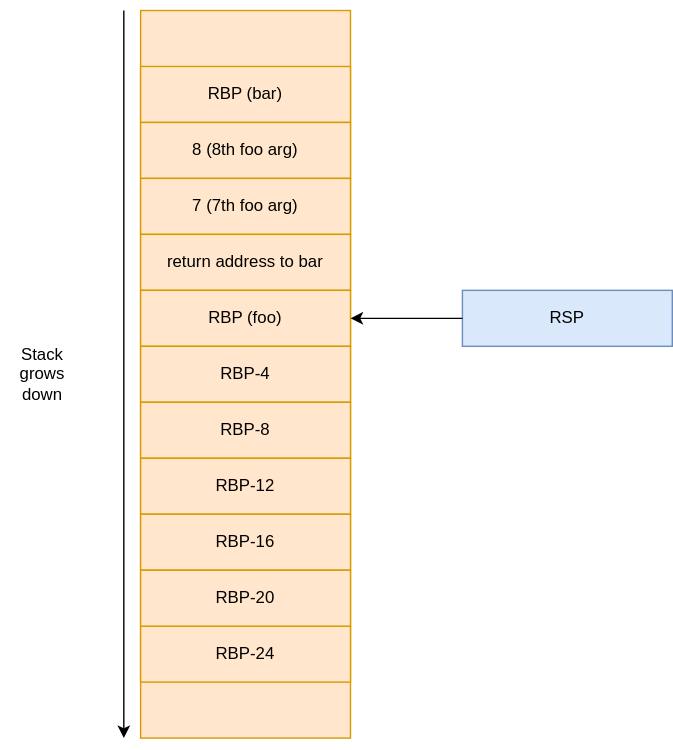
The draw.io diagram content/assets/stack.svg in 0xAX/asm, before a commit. Source tidied: cells renumbered, new cells last; positions are measured from the earlier drawing's top-left corner, leaving out a move shared by most shapes.
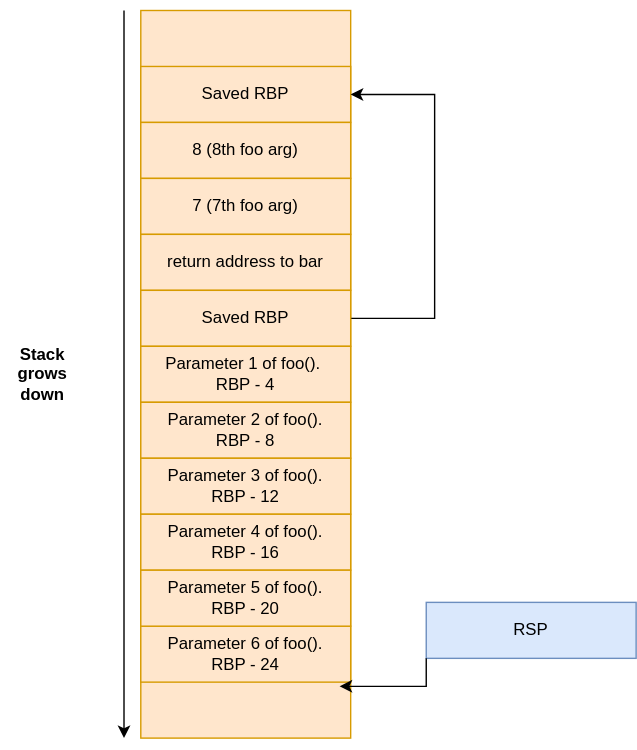
Later version of the same file.

The edit, as a diff of the source:
```diff
@@ -5,7 +5,7 @@
     <mxCell id="2" style="rounded=0;whiteSpace=wrap;html=1;fillColor=#ffe6cc;strokeColor=#d79b00;" parent="1" vertex="1">
       <mxGeometry x="100" width="150" height="520" as="geometry" />
     </mxCell>
-    <mxCell id="3" value="&lt;div&gt;RBP (bar)&lt;/div&gt;" style="rounded=0;whiteSpace=wrap;html=1;fillColor=#ffe6cc;strokeColor=#d79b00;" parent="1" vertex="1">
+    <mxCell id="3" value="Saved RBP" style="rounded=0;whiteSpace=wrap;html=1;fillColor=#ffe6cc;strokeColor=#d79b00;" parent="1" vertex="1">
       <mxGeometry x="100" y="40" width="150" height="40" as="geometry" />
     </mxCell>
     <mxCell id="4" value="8 (8th foo arg)" style="rounded=0;whiteSpace=wrap;html=1;fillColor=#ffe6cc;strokeColor=#d79b00;" parent="1" vertex="1">
@@ -17,41 +17,49 @@
     <mxCell id="6" value="return address to bar" style="rounded=0;whiteSpace=wrap;html=1;fillColor=#ffe6cc;strokeColor=#d79b00;" parent="1" vertex="1">
       <mxGeometry x="100" y="160" width="150" height="40" as="geometry" />
     </mxCell>
+    <mxCell id="18" style="edgeStyle=orthogonalEdgeStyle;rounded=0;jettySize=auto;html=1;exitX=1;exitY=0.5;exitDx=0;exitDy=0;entryX=1;entryY=0.5;entryDx=0;entryDy=0;" parent="1" edge="1" source="7" target="3">
+      <mxGeometry relative="1" as="geometry">
+        <Array as="points">
+          <mxPoint x="310" y="220" />
+          <mxPoint x="310" y="60" />
+        </Array>
+      </mxGeometry>
+    </mxCell>
-    <mxCell id="7" value="RBP (foo)" style="rounded=0;whiteSpace=wrap;html=1;fillColor=#ffe6cc;strokeColor=#d79b00;" parent="1" vertex="1">
+    <mxCell id="7" value="Saved RBP" style="rounded=0;whiteSpace=wrap;html=1;fillColor=#ffe6cc;strokeColor=#d79b00;" parent="1" vertex="1">
       <mxGeometry x="100" y="200" width="150" height="40" as="geometry" />
     </mxCell>
-    <mxCell id="8" value="RBP-4" style="rounded=0;whiteSpace=wrap;html=1;fillColor=#ffe6cc;strokeColor=#d79b00;" parent="1" vertex="1">
+    <mxCell id="8" value="&lt;div&gt;Parameter 1 of foo().&amp;nbsp;&lt;/div&gt;&lt;div&gt;RBP - 4&lt;/div&gt;" style="rounded=0;whiteSpace=wrap;html=1;fillColor=#ffe6cc;strokeColor=#d79b00;" parent="1" vertex="1">
       <mxGeometry x="100" y="240" width="150" height="40" as="geometry" />
     </mxCell>
-    <mxCell id="9" value="RBP-8" style="rounded=0;whiteSpace=wrap;html=1;fillColor=#ffe6cc;strokeColor=#d79b00;" parent="1" vertex="1">
+    <mxCell id="9" value="&lt;div&gt;Parameter 2 of foo(). &lt;br&gt;&lt;/div&gt;&lt;div&gt;RBP - 8&lt;/div&gt;" style="rounded=0;whiteSpace=wrap;html=1;fillColor=#ffe6cc;strokeColor=#d79b00;" parent="1" vertex="1">
       <mxGeometry x="100" y="280" width="150" height="40" as="geometry" />
     </mxCell>
-    <mxCell id="10" value="RBP-24" style="rounded=0;whiteSpace=wrap;html=1;fillColor=#ffe6cc;strokeColor=#d79b00;" parent="1" vertex="1">
+    <mxCell id="10" value="&lt;div&gt;Parameter 6 of foo(). &lt;br&gt;&lt;/div&gt;&lt;div&gt;RBP - 24&lt;/div&gt;" style="rounded=0;whiteSpace=wrap;html=1;fillColor=#ffe6cc;strokeColor=#d79b00;" parent="1" vertex="1">
       <mxGeometry x="100" y="440" width="150" height="40" as="geometry" />
     </mxCell>
-    <mxCell id="11" value="RBP-12" style="rounded=0;whiteSpace=wrap;html=1;fillColor=#ffe6cc;strokeColor=#d79b00;" parent="1" vertex="1">
+    <mxCell id="11" value="&lt;div&gt;Parameter 3 of foo(). &lt;br&gt;&lt;/div&gt;&lt;div&gt;RBP - 12&lt;/div&gt;" style="rounded=0;whiteSpace=wrap;html=1;fillColor=#ffe6cc;strokeColor=#d79b00;" parent="1" vertex="1">
       <mxGeometry x="100" y="320" width="150" height="40" as="geometry" />
     </mxCell>
-    <mxCell id="12" value="RBP-16" style="rounded=0;whiteSpace=wrap;html=1;fillColor=#ffe6cc;strokeColor=#d79b00;" parent="1" vertex="1">
+    <mxCell id="12" value="&lt;div&gt;Parameter 4 of foo(). &lt;br&gt;&lt;/div&gt;&lt;div&gt;RBP - 16&lt;/div&gt;" style="rounded=0;whiteSpace=wrap;html=1;fillColor=#ffe6cc;strokeColor=#d79b00;" parent="1" vertex="1">
       <mxGeometry x="100" y="360" width="150" height="40" as="geometry" />
     </mxCell>
-    <mxCell id="13" value="RBP-20" style="rounded=0;whiteSpace=wrap;html=1;fillColor=#ffe6cc;strokeColor=#d79b00;" parent="1" vertex="1">
+    <mxCell id="13" value="&lt;div&gt;Parameter 5 of foo(). &lt;br&gt;&lt;/div&gt;&lt;div&gt;RBP - 20&lt;/div&gt;" style="rounded=0;whiteSpace=wrap;html=1;fillColor=#ffe6cc;strokeColor=#d79b00;" parent="1" vertex="1">
       <mxGeometry x="100" y="400" width="150" height="40" as="geometry" />
     </mxCell>
     <mxCell id="14" value="RSP" style="rounded=0;whiteSpace=wrap;html=1;fillColor=#dae8fc;strokeColor=#6c8ebf;" parent="1" vertex="1">
-      <mxGeometry x="330" y="200" width="150" height="40" as="geometry" />
+      <mxGeometry x="304" y="423" width="150" height="40" as="geometry" />
     </mxCell>
-    <mxCell id="15" style="endArrow=classic;html=1;rounded=0;exitX=0;exitY=0.5;exitDx=0;exitDy=0;entryX=1;entryY=0.5;entryDx=0;entryDy=0;" parent="1" edge="1" source="14" target="7">
-      <mxGeometry relative="1" as="geometry" />
-    </mxCell>
     <mxCell id="16" style="endArrow=classic;html=1;rounded=0;" parent="1" edge="1">
       <mxGeometry relative="1" as="geometry">
         <mxPoint x="88" as="sourcePoint" />
         <mxPoint x="88" y="520" as="targetPoint" />
       </mxGeometry>
     </mxCell>
-    <mxCell id="17" value="Stack grows down" style="text;html=1;align=center;verticalAlign=middle;whiteSpace=wrap;rounded=0;" parent="1" vertex="1">
+    <mxCell id="17" value="&lt;b&gt;Stack grows down&lt;/b&gt;" style="text;html=1;align=center;verticalAlign=middle;whiteSpace=wrap;rounded=0;" parent="1" vertex="1">
       <mxGeometry y="245" width="60" height="30" as="geometry" />
     </mxCell>
+    <mxCell id="19" style="edgeStyle=orthogonalEdgeStyle;rounded=0;jettySize=auto;html=1;exitX=0;exitY=1;exitDx=0;exitDy=0;entryX=0.947;entryY=1.075;entryDx=0;entryDy=0;entryPerimeter=0;" parent="1" edge="1" source="14" target="10">
+      <mxGeometry relative="1" as="geometry" />
+    </mxCell>
   </root>
 </mxGraphModel>
```
